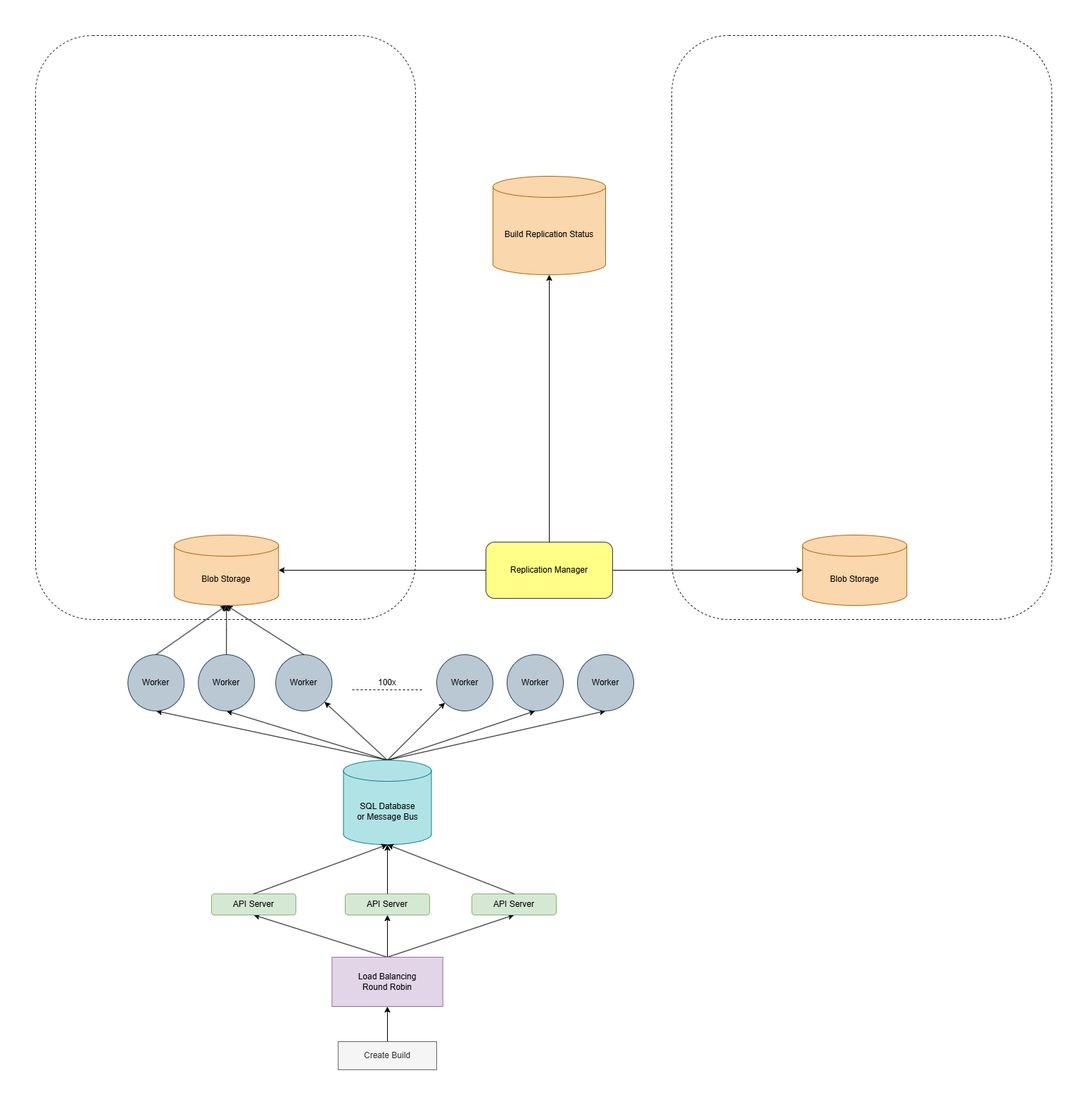
Earlier version of the draw.io export SystemsExpert/Design A Code-Deployment System/design-a-code-deployment-system.png (alejosilvalau/coding-interview-prep). Source tidied: cells renumbered, new cells last; positions are measured from the earlier drawing's top-left corner, leaving out a move shared by most shapes.
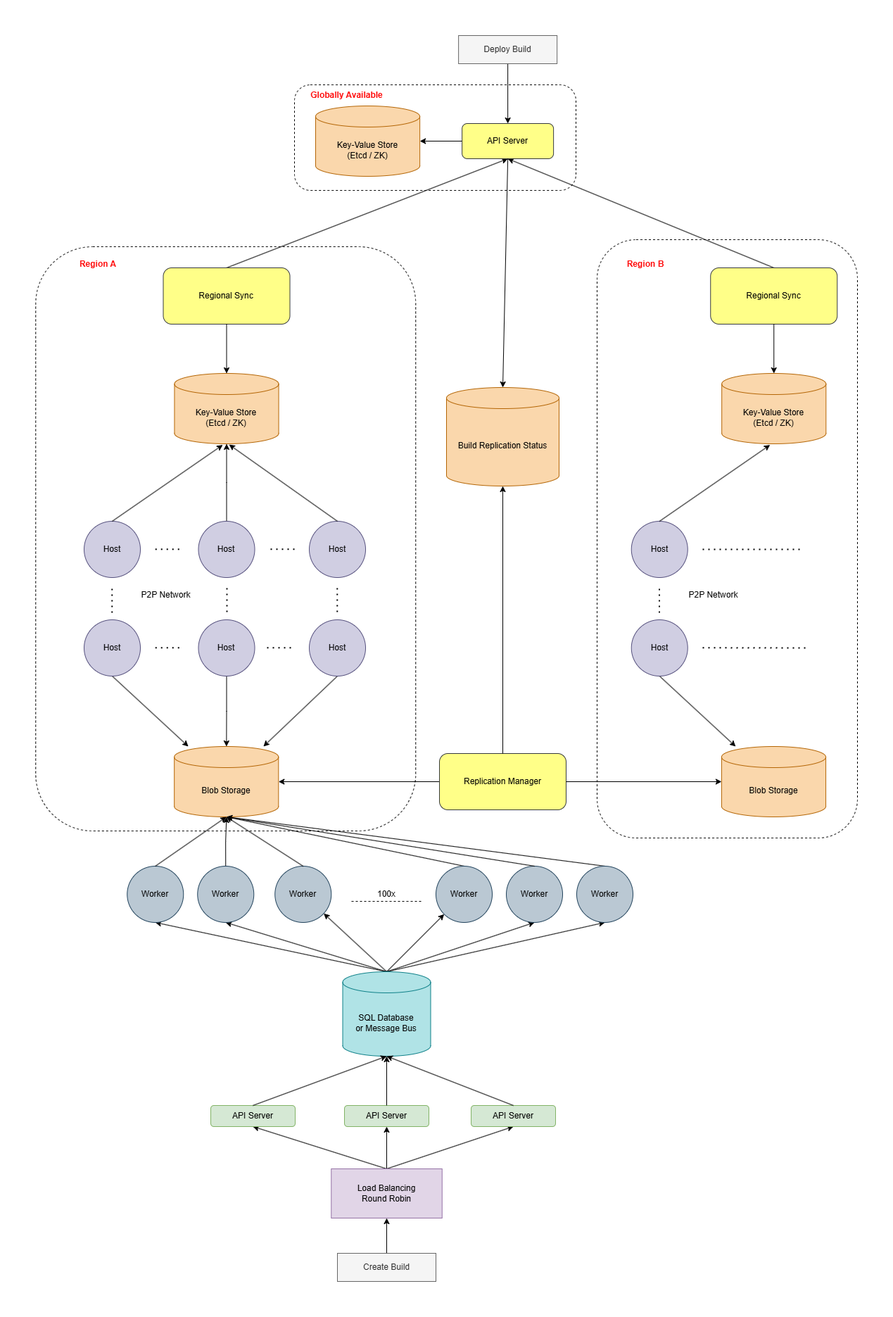
The same diagram one commit later.

Commit message:
Finished the system diagram and added the explanation of how the Replication-Status Service works

What changed in the source:
```diff
@@ -2,11 +2,14 @@
   <root>
     <mxCell id="0" />
     <mxCell id="1" parent="0" />
-    <mxCell id="2" style="rounded=1;whiteSpace=wrap;html=1;dashed=1;fillColor=none;" parent="1" vertex="1">
-      <mxGeometry x="904.1" width="540" height="830" as="geometry" />
-    </mxCell>
+    <mxCell id="41" style="rounded=1;whiteSpace=wrap;html=1;dashed=1;fillColor=none;" parent="1" vertex="1">
+      <mxGeometry x="369" y="-230" width="400" height="150" as="geometry" />
+    </mxCell>
+    <mxCell id="42" style="rounded=1;whiteSpace=wrap;html=1;dashed=1;fillColor=none;" parent="1" vertex="1">
+      <mxGeometry x="799" y="-10" width="370" height="850" as="geometry" />
+    </mxCell>
     <mxCell id="3" style="rounded=1;whiteSpace=wrap;html=1;dashed=1;fillColor=none;" parent="1" vertex="1">
-      <mxGeometry width="540" height="830" as="geometry" />
+      <mxGeometry x="1.2" width="540" height="830" as="geometry" />
     </mxCell>
     <mxCell id="4" style="edgeStyle=orthogonalEdgeStyle;rounded=0;jettySize=auto;html=1;exitX=0.5;exitY=0;exitDx=0;exitDy=0;entryX=0.5;entryY=1;entryDx=0;entryDy=0;" parent="1" edge="1" source="5" target="9">
       <mxGeometry relative="1" as="geometry" />
@@ -77,6 +80,9 @@
     <mxCell id="26" value="Worker" style="ellipse;whiteSpace=wrap;html=1;fillColor=#bac8d3;strokeColor=#23445d;" parent="1" vertex="1">
       <mxGeometry x="341.2" y="880" width="80" height="80" as="geometry" />
     </mxCell>
+    <mxCell id="43" style="rounded=0;jettySize=auto;html=1;exitX=0.5;exitY=0;exitDx=0;exitDy=0;entryX=0.5;entryY=1;entryDx=0;entryDy=0;entryPerimeter=0;" parent="1" edge="1" source="27" target="32">
+      <mxGeometry relative="1" as="geometry" />
+    </mxCell>
     <mxCell id="27" value="Worker" style="ellipse;whiteSpace=wrap;html=1;fillColor=#bac8d3;strokeColor=#23445d;" parent="1" vertex="1">
       <mxGeometry x="570" y="880" width="80" height="80" as="geometry" />
     </mxCell>
@@ -92,11 +98,14 @@
     <mxCell id="30" value="100x" style="text;html=1;align=center;verticalAlign=middle;whiteSpace=wrap;rounded=0;" parent="1" vertex="1">
       <mxGeometry x="470" y="905" width="60" height="30" as="geometry" />
     </mxCell>
+    <mxCell id="44" style="rounded=0;jettySize=auto;html=1;exitX=0.5;exitY=0;exitDx=0;exitDy=0;entryX=0.5;entryY=1;entryDx=0;entryDy=0;entryPerimeter=0;" parent="1" edge="1" source="31" target="32">
+      <mxGeometry relative="1" as="geometry" />
+    </mxCell>
     <mxCell id="31" value="Worker" style="ellipse;whiteSpace=wrap;html=1;fillColor=#bac8d3;strokeColor=#23445d;" parent="1" vertex="1">
       <mxGeometry x="770" y="880" width="80" height="80" as="geometry" />
     </mxCell>
     <mxCell id="32" value="Blob Storage" style="shape=cylinder3;whiteSpace=wrap;html=1;boundedLbl=1;backgroundOutline=1;size=15;fillColor=#fad7ac;strokeColor=#b46504;" parent="1" vertex="1">
-      <mxGeometry x="197.2" y="710" width="148.1" height="100" as="geometry" />
+      <mxGeometry x="198.2" y="710" width="148.1" height="100" as="geometry" />
     </mxCell>
     <mxCell id="33" style="rounded=0;jettySize=auto;html=1;exitX=0.5;exitY=0;exitDx=0;exitDy=0;entryX=0.5;entryY=1;entryDx=0;entryDy=0;entryPerimeter=0;" parent="1" edge="1" source="23" target="32">
       <mxGeometry relative="1" as="geometry" />
@@ -108,19 +117,187 @@
       <mxGeometry relative="1" as="geometry" />
     </mxCell>
     <mxCell id="36" value="Replication Manager" style="rounded=1;whiteSpace=wrap;html=1;fillColor=#ffff88;strokeColor=#36393d;" parent="1" vertex="1">
-      <mxGeometry x="640" y="720" width="180" height="80" as="geometry" />
+      <mxGeometry x="575" y="720" width="180" height="80" as="geometry" />
     </mxCell>
     <mxCell id="37" value="Build Replication&amp;nbsp;&lt;span style=&quot;background-color: initial;&quot;&gt;Status&lt;/span&gt;" style="shape=cylinder3;whiteSpace=wrap;html=1;boundedLbl=1;backgroundOutline=1;size=15;fillColor=#fad7ac;strokeColor=#b46504;" parent="1" vertex="1">
-      <mxGeometry x="650" y="200" width="160" height="140" as="geometry" />
+      <mxGeometry x="585" y="200" width="160" height="140" as="geometry" />
     </mxCell>
     <mxCell id="38" style="edgeStyle=orthogonalEdgeStyle;rounded=0;jettySize=auto;html=1;exitX=0.5;exitY=0;exitDx=0;exitDy=0;entryX=0.5;entryY=1;entryDx=0;entryDy=0;entryPerimeter=0;" parent="1" edge="1" source="36" target="37">
       <mxGeometry relative="1" as="geometry" />
     </mxCell>
+    <mxCell id="45" value="Host" style="ellipse;whiteSpace=wrap;html=1;fillColor=#d0cee2;strokeColor=#56517e;" parent="1" vertex="1">
+      <mxGeometry x="70" y="390" width="80" height="80" as="geometry" />
+    </mxCell>
+    <mxCell id="46" style="edgeStyle=orthogonalEdgeStyle;rounded=0;jettySize=auto;html=1;exitX=0.5;exitY=0;exitDx=0;exitDy=0;" parent="1" edge="1" source="47" target="63">
+      <mxGeometry relative="1" as="geometry" />
+    </mxCell>
+    <mxCell id="47" value="Host" style="ellipse;whiteSpace=wrap;html=1;fillColor=#d0cee2;strokeColor=#56517e;" parent="1" vertex="1">
+      <mxGeometry x="232.5" y="390" width="80" height="80" as="geometry" />
+    </mxCell>
+    <mxCell id="48" value="Host" style="ellipse;whiteSpace=wrap;html=1;fillColor=#d0cee2;strokeColor=#56517e;" parent="1" vertex="1">
+      <mxGeometry x="390" y="390" width="80" height="80" as="geometry" />
+    </mxCell>
+    <mxCell id="49" style="rounded=0;jettySize=auto;html=1;exitX=0.5;exitY=1;exitDx=0;exitDy=0;" parent="1" edge="1" source="50" target="32">
+      <mxGeometry relative="1" as="geometry" />
+    </mxCell>
+    <mxCell id="50" value="Host" style="ellipse;whiteSpace=wrap;html=1;fillColor=#d0cee2;strokeColor=#56517e;" parent="1" vertex="1">
+      <mxGeometry x="70" y="530" width="80" height="80" as="geometry" />
+    </mxCell>
+    <mxCell id="51" style="edgeStyle=orthogonalEdgeStyle;rounded=0;jettySize=auto;html=1;exitX=0.5;exitY=1;exitDx=0;exitDy=0;" parent="1" edge="1" source="52" target="32">
+      <mxGeometry relative="1" as="geometry" />
+    </mxCell>
+    <mxCell id="52" value="Host" style="ellipse;whiteSpace=wrap;html=1;fillColor=#d0cee2;strokeColor=#56517e;" parent="1" vertex="1">
+      <mxGeometry x="232.5" y="530" width="80" height="80" as="geometry" />
+    </mxCell>
+    <mxCell id="53" style="rounded=0;jettySize=auto;html=1;exitX=0.5;exitY=1;exitDx=0;exitDy=0;" parent="1" edge="1" source="54" target="32">
+      <mxGeometry relative="1" as="geometry" />
+    </mxCell>
+    <mxCell id="54" value="Host" style="ellipse;whiteSpace=wrap;html=1;fillColor=#d0cee2;strokeColor=#56517e;" parent="1" vertex="1">
+      <mxGeometry x="390" y="530" width="80" height="80" as="geometry" />
+    </mxCell>
+    <mxCell id="55" style="endArrow=none;dashed=1;html=1;dashPattern=1 3;strokeWidth=2;rounded=0;" parent="1" edge="1">
+      <mxGeometry relative="1" as="geometry">
+        <mxPoint x="171.2" y="429.8" as="sourcePoint" />
+        <mxPoint x="211.2" y="429.8" as="targetPoint" />
+      </mxGeometry>
+    </mxCell>
+    <mxCell id="56" style="endArrow=none;dashed=1;html=1;dashPattern=1 3;strokeWidth=2;rounded=0;" parent="1" edge="1">
+      <mxGeometry relative="1" as="geometry">
+        <mxPoint x="335" y="429.8" as="sourcePoint" />
+        <mxPoint x="375" y="429.8" as="targetPoint" />
+      </mxGeometry>
+    </mxCell>
+    <mxCell id="57" style="endArrow=none;dashed=1;html=1;dashPattern=1 3;strokeWidth=2;rounded=0;" parent="1" edge="1">
+      <mxGeometry relative="1" as="geometry">
+        <mxPoint x="109.8" y="520" as="sourcePoint" />
+        <mxPoint x="109.8" y="480" as="targetPoint" />
+      </mxGeometry>
+    </mxCell>
+    <mxCell id="58" style="endArrow=none;dashed=1;html=1;dashPattern=1 3;strokeWidth=2;rounded=0;" parent="1" edge="1">
+      <mxGeometry relative="1" as="geometry">
+        <mxPoint x="273" y="485" as="sourcePoint" />
+        <mxPoint x="273" y="525" as="targetPoint" />
+      </mxGeometry>
+    </mxCell>
+    <mxCell id="59" style="endArrow=none;dashed=1;html=1;dashPattern=1 3;strokeWidth=2;rounded=0;" parent="1" edge="1">
+      <mxGeometry relative="1" as="geometry">
+        <mxPoint x="171.2" y="569.8" as="sourcePoint" />
+        <mxPoint x="211.2" y="569.8" as="targetPoint" />
+      </mxGeometry>
+    </mxCell>
+    <mxCell id="60" style="endArrow=none;dashed=1;html=1;dashPattern=1 3;strokeWidth=2;rounded=0;" parent="1" edge="1">
+      <mxGeometry relative="1" as="geometry">
+        <mxPoint x="330" y="569.8" as="sourcePoint" />
+        <mxPoint x="370" y="569.8" as="targetPoint" />
+      </mxGeometry>
+    </mxCell>
+    <mxCell id="61" style="endArrow=none;dashed=1;html=1;dashPattern=1 3;strokeWidth=2;rounded=0;" parent="1" edge="1">
+      <mxGeometry relative="1" as="geometry">
+        <mxPoint x="429.8" y="485" as="sourcePoint" />
+        <mxPoint x="429.8" y="525" as="targetPoint" />
+      </mxGeometry>
+    </mxCell>
+    <mxCell id="62" value="P2P Network" style="text;html=1;align=center;verticalAlign=middle;whiteSpace=wrap;rounded=0;" parent="1" vertex="1">
+      <mxGeometry x="141.2" y="480" width="91.2" height="30" as="geometry" />
+    </mxCell>
+    <mxCell id="63" value="Key-Value Store&lt;div&gt;(Etcd / ZK)&lt;/div&gt;" style="shape=cylinder3;whiteSpace=wrap;html=1;boundedLbl=1;backgroundOutline=1;size=15;fillColor=#fad7ac;strokeColor=#b46504;" parent="1" vertex="1">
+      <mxGeometry x="198.4" y="180" width="148.1" height="100" as="geometry" />
+    </mxCell>
+    <mxCell id="64" style="rounded=0;jettySize=auto;html=1;exitX=0.5;exitY=0;exitDx=0;exitDy=0;entryX=0.463;entryY=1.016;entryDx=0;entryDy=0;entryPerimeter=0;" parent="1" edge="1" source="45" target="63">
+      <mxGeometry relative="1" as="geometry" />
+    </mxCell>
+    <mxCell id="65" style="rounded=0;jettySize=auto;html=1;exitX=0.5;exitY=0;exitDx=0;exitDy=0;entryX=0.524;entryY=1.011;entryDx=0;entryDy=0;entryPerimeter=0;" parent="1" edge="1" source="48" target="63">
+      <mxGeometry relative="1" as="geometry" />
+    </mxCell>
+    <mxCell id="66" style="rounded=0;jettySize=auto;html=1;exitX=0.5;exitY=0;exitDx=0;exitDy=0;entryX=0.5;entryY=1;entryDx=0;entryDy=0;" parent="1" edge="1" source="67" target="84">
+      <mxGeometry relative="1" as="geometry" />
+    </mxCell>
+    <mxCell id="67" value="Regional Sync" style="rounded=1;whiteSpace=wrap;html=1;fillColor=#ffff88;strokeColor=#36393d;" parent="1" vertex="1">
+      <mxGeometry x="182.5" y="30" width="180" height="80" as="geometry" />
+    </mxCell>
+    <mxCell id="68" style="edgeStyle=orthogonalEdgeStyle;rounded=0;jettySize=auto;html=1;exitX=0.5;exitY=1;exitDx=0;exitDy=0;entryX=0.5;entryY=0;entryDx=0;entryDy=0;entryPerimeter=0;" parent="1" edge="1" source="67" target="63">
+      <mxGeometry relative="1" as="geometry" />
+    </mxCell>
+    <mxCell id="69" value="&lt;font color=&quot;#ff0000&quot;&gt;&lt;b&gt;Region A&lt;/b&gt;&lt;/font&gt;" style="text;html=1;align=center;verticalAlign=middle;whiteSpace=wrap;rounded=0;" parent="1" vertex="1">
+      <mxGeometry x="60" y="10" width="60" height="30" as="geometry" />
+    </mxCell>
     <mxCell id="39" value="Blob Storage" style="shape=cylinder3;whiteSpace=wrap;html=1;boundedLbl=1;backgroundOutline=1;size=15;fillColor=#fad7ac;strokeColor=#b46504;" parent="1" vertex="1">
-      <mxGeometry x="1090" y="710" width="148.1" height="100" as="geometry" />
+      <mxGeometry x="975.9" y="710" width="148.1" height="100" as="geometry" />
     </mxCell>
+    <mxCell id="70" value="Host" style="ellipse;whiteSpace=wrap;html=1;fillColor=#d0cee2;strokeColor=#56517e;" parent="1" vertex="1">
+      <mxGeometry x="847.8" y="390" width="80" height="80" as="geometry" />
+    </mxCell>
+    <mxCell id="71" style="rounded=0;jettySize=auto;html=1;exitX=0.5;exitY=1;exitDx=0;exitDy=0;" parent="1" edge="1" source="72" target="39">
+      <mxGeometry relative="1" as="geometry" />
+    </mxCell>
+    <mxCell id="72" value="Host" style="ellipse;whiteSpace=wrap;html=1;fillColor=#d0cee2;strokeColor=#56517e;" parent="1" vertex="1">
+      <mxGeometry x="847.8" y="530" width="80" height="80" as="geometry" />
+    </mxCell>
+    <mxCell id="73" style="endArrow=none;dashed=1;html=1;dashPattern=1 3;strokeWidth=2;rounded=0;" parent="1" edge="1">
+      <mxGeometry relative="1" as="geometry">
+        <mxPoint x="949" y="430" as="sourcePoint" />
+        <mxPoint x="1089" y="430" as="targetPoint" />
+      </mxGeometry>
+    </mxCell>
+    <mxCell id="74" style="endArrow=none;dashed=1;html=1;dashPattern=1 3;strokeWidth=2;rounded=0;" parent="1" edge="1">
+      <mxGeometry relative="1" as="geometry">
+        <mxPoint x="887.5" y="520" as="sourcePoint" />
+        <mxPoint x="887.5" y="480" as="targetPoint" />
+      </mxGeometry>
+    </mxCell>
+    <mxCell id="75" style="endArrow=none;dashed=1;html=1;dashPattern=1 3;strokeWidth=2;rounded=0;" parent="1" edge="1">
+      <mxGeometry relative="1" as="geometry">
+        <mxPoint x="949" y="569.8" as="sourcePoint" />
+        <mxPoint x="1099" y="570" as="targetPoint" />
+      </mxGeometry>
+    </mxCell>
+    <mxCell id="76" value="P2P Network" style="text;html=1;align=center;verticalAlign=middle;whiteSpace=wrap;rounded=0;" parent="1" vertex="1">
+      <mxGeometry x="919" y="480" width="91.2" height="30" as="geometry" />
+    </mxCell>
+    <mxCell id="77" value="Key-Value Store&lt;div&gt;(Etcd / ZK)&lt;/div&gt;" style="shape=cylinder3;whiteSpace=wrap;html=1;boundedLbl=1;backgroundOutline=1;size=15;fillColor=#fad7ac;strokeColor=#b46504;" parent="1" vertex="1">
+      <mxGeometry x="976.2" y="180" width="148.1" height="100" as="geometry" />
+    </mxCell>
+    <mxCell id="78" style="rounded=0;jettySize=auto;html=1;exitX=0.5;exitY=0;exitDx=0;exitDy=0;entryX=0.463;entryY=1.016;entryDx=0;entryDy=0;entryPerimeter=0;" parent="1" edge="1" source="70" target="77">
+      <mxGeometry relative="1" as="geometry" />
+    </mxCell>
+    <mxCell id="79" style="rounded=0;jettySize=auto;html=1;exitX=0.5;exitY=0;exitDx=0;exitDy=0;entryX=0.5;entryY=1;entryDx=0;entryDy=0;" parent="1" edge="1" source="80" target="84">
+      <mxGeometry relative="1" as="geometry" />
+    </mxCell>
+    <mxCell id="80" value="Regional Sync" style="rounded=1;whiteSpace=wrap;html=1;fillColor=#ffff88;strokeColor=#36393d;" parent="1" vertex="1">
+      <mxGeometry x="960.2" y="30" width="180" height="80" as="geometry" />
+    </mxCell>
+    <mxCell id="81" style="edgeStyle=orthogonalEdgeStyle;rounded=0;jettySize=auto;html=1;exitX=0.5;exitY=1;exitDx=0;exitDy=0;entryX=0.5;entryY=0;entryDx=0;entryDy=0;entryPerimeter=0;" parent="1" edge="1" source="80" target="77">
+      <mxGeometry relative="1" as="geometry" />
+    </mxCell>
+    <mxCell id="82" value="&lt;font color=&quot;#ff0000&quot;&gt;&lt;b&gt;Region B&lt;/b&gt;&lt;/font&gt;" style="text;html=1;align=center;verticalAlign=middle;whiteSpace=wrap;rounded=0;" parent="1" vertex="1">
+      <mxGeometry x="837.8" y="10" width="60" height="30" as="geometry" />
+    </mxCell>
+    <mxCell id="83" value="Key-Value Store&lt;div&gt;(Etcd / ZK)&lt;/div&gt;" style="shape=cylinder3;whiteSpace=wrap;html=1;boundedLbl=1;backgroundOutline=1;size=15;fillColor=#fad7ac;strokeColor=#b46504;" parent="1" vertex="1">
+      <mxGeometry x="399" y="-200" width="148.1" height="100" as="geometry" />
+    </mxCell>
+    <mxCell id="84" value="API Server" style="rounded=1;whiteSpace=wrap;html=1;fillColor=#ffff88;strokeColor=#36393d;" parent="1" vertex="1">
+      <mxGeometry x="607.1" y="-175" width="130" height="50" as="geometry" />
+    </mxCell>
+    <mxCell id="85" style="edgeStyle=orthogonalEdgeStyle;rounded=0;jettySize=auto;html=1;exitX=0;exitY=0.5;exitDx=0;exitDy=0;entryX=1;entryY=0.5;entryDx=0;entryDy=0;entryPerimeter=0;" parent="1" edge="1" source="84" target="83">
+      <mxGeometry relative="1" as="geometry" />
+    </mxCell>
+    <mxCell id="86" style="edgeStyle=orthogonalEdgeStyle;rounded=0;jettySize=auto;html=1;exitX=0.5;exitY=1;exitDx=0;exitDy=0;entryX=0.5;entryY=0;entryDx=0;entryDy=0;" parent="1" edge="1" source="87" target="84">
+      <mxGeometry relative="1" as="geometry" />
+    </mxCell>
+    <mxCell id="87" value="Deploy Build" style="rounded=0;whiteSpace=wrap;html=1;fillColor=#f5f5f5;fontColor=#333333;strokeColor=#666666;" parent="1" vertex="1">
+      <mxGeometry x="602.1" y="-300" width="140" height="40" as="geometry" />
+    </mxCell>
+    <mxCell id="88" value="&lt;font color=&quot;#ff0000&quot;&gt;&lt;b&gt;Globally Available&lt;/b&gt;&lt;/font&gt;" style="text;html=1;align=center;verticalAlign=middle;whiteSpace=wrap;rounded=0;" parent="1" vertex="1">
+      <mxGeometry x="387.8" y="-230" width="111.2" height="30" as="geometry" />
+    </mxCell>
+    <mxCell id="89" style="rounded=0;jettySize=auto;html=1;exitX=0.5;exitY=1;exitDx=0;exitDy=0;entryX=0.5;entryY=0;entryDx=0;entryDy=0;entryPerimeter=0;" parent="1" edge="1" source="84" target="37">
+      <mxGeometry relative="1" as="geometry" />
+    </mxCell>
     <mxCell id="40" style="edgeStyle=orthogonalEdgeStyle;rounded=0;jettySize=auto;html=1;exitX=1;exitY=0.5;exitDx=0;exitDy=0;entryX=0;entryY=0.5;entryDx=0;entryDy=0;entryPerimeter=0;" parent="1" edge="1" source="36" target="39">
       <mxGeometry relative="1" as="geometry" />
     </mxCell>
+    <mxCell id="90" style="rounded=0;jettySize=auto;html=1;exitX=0.5;exitY=0;exitDx=0;exitDy=0;entryX=0.5;entryY=1;entryDx=0;entryDy=0;entryPerimeter=0;" parent="1" edge="1" source="28" target="32">
+      <mxGeometry relative="1" as="geometry" />
+    </mxCell>
   </root>
 </mxGraphModel>
```
